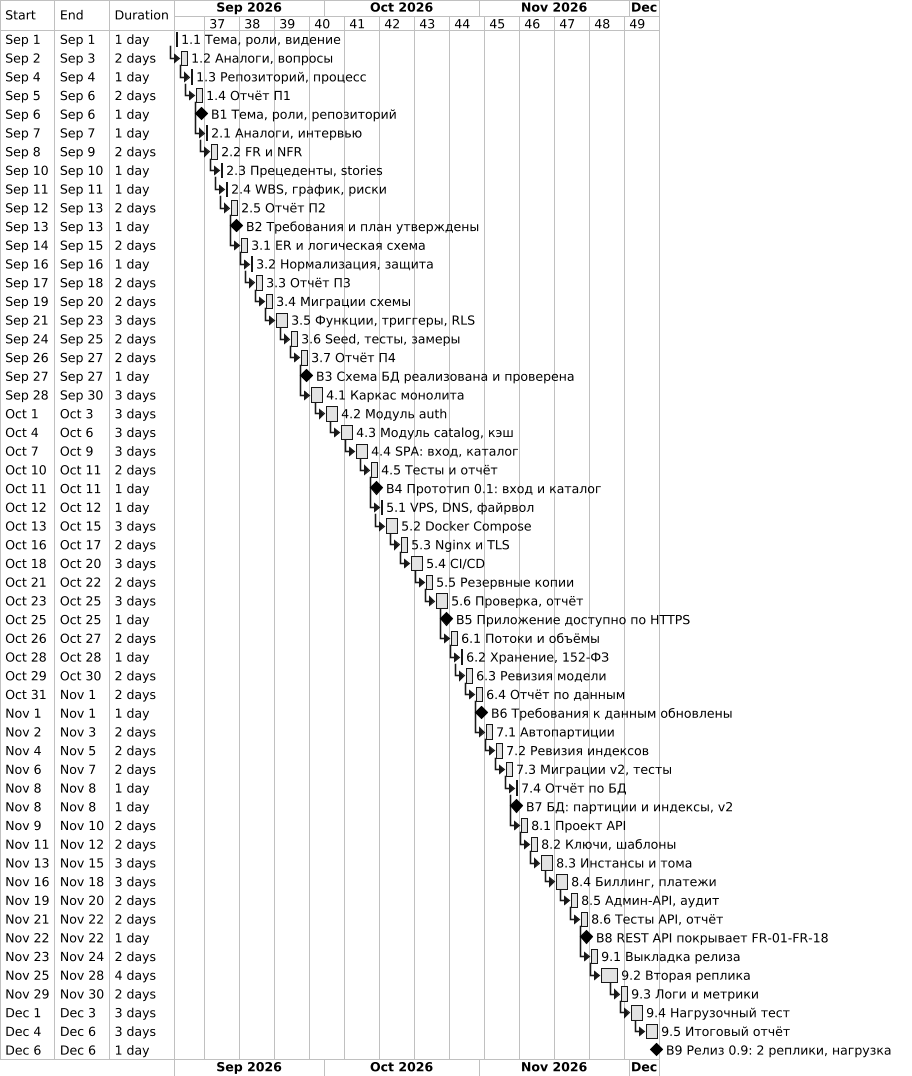
Earlier version of the PlantUML export docs/diagrams/png/pr2-gantt.png (hosjpps/gpu-rent). The source it was exported from:
```plantuml
@startgantt pr2-gantt
skinparam monochrome true
skinparam shadowing false
skinparam defaultFontSize 12
skinparam dpi 100
Project starts 2026-09-01
printscale weekly zoom 1
[1.1 Тема, роли, видение] as [T11] lasts 1 day
[T11] starts 2026-09-01
[1.2 Аналоги, вопросы] as [T12] lasts 2 days
[T12] starts at [T11]'s end
[1.3 Репозиторий, процесс] as [T13] lasts 1 day
[T13] starts at [T12]'s end
[1.4 Отчёт П1] as [T14] lasts 2 days
[T14] starts at [T13]'s end
[В1 Тема, роли, репозиторий] happens at [T14]'s end
[2.1 Аналоги, интервью] as [T21] lasts 1 day
[T21] starts at [T14]'s end
[2.2 FR и NFR] as [T22] lasts 2 days
[T22] starts at [T21]'s end
[2.3 Прецеденты, stories] as [T23] lasts 1 day
[T23] starts at [T22]'s end
[2.4 WBS, график, риски] as [T24] lasts 1 day
[T24] starts at [T23]'s end
[2.5 Отчёт П2] as [T25] lasts 2 days
[T25] starts at [T24]'s end
[В2 Требования и план утверждены] happens at [T25]'s end
[3.1 ER и логическая схема] as [T31] lasts 2 days
[T31] starts at [T25]'s end
[3.2 Нормализация, защита] as [T32] lasts 1 day
[T32] starts at [T31]'s end
[3.3 Отчёт П3] as [T33] lasts 2 days
[T33] starts at [T32]'s end
[3.4 Миграции схемы] as [T34] lasts 2 days
[T34] starts at [T33]'s end
[3.5 Функции, триггеры, RLS] as [T35] lasts 3 days
[T35] starts at [T34]'s end
[3.6 Seed, тесты, замеры] as [T36] lasts 2 days
[T36] starts at [T35]'s end
[3.7 Отчёт П4] as [T37] lasts 2 days
[T37] starts at [T36]'s end
[В3 Схема БД реализована и проверена] happens at [T37]'s end
[4.1 Каркас монолита] as [T41] lasts 3 days
[T41] starts at [T37]'s end
[4.2 Модуль auth] as [T42] lasts 3 days
[T42] starts at [T41]'s end
[4.3 Модуль catalog, кэш] as [T43] lasts 3 days
[T43] starts at [T42]'s end
[4.4 SPA: вход, каталог] as [T44] lasts 3 days
[T44] starts at [T43]'s end
[4.5 Тесты и отчёт] as [T45] lasts 2 days
[T45] starts at [T44]'s end
[В4 Прототип 0.1: вход и каталог] happens at [T45]'s end
[5.1 VPS, DNS, файрвол] as [T51] lasts 1 day
[T51] starts at [T45]'s end
[5.2 Docker Compose] as [T52] lasts 3 days
[T52] starts at [T51]'s end
[5.3 Nginx и TLS] as [T53] lasts 2 days
[T53] starts at [T52]'s end
[5.4 CI/CD] as [T54] lasts 3 days
[T54] starts at [T53]'s end
[5.5 Резервные копии] as [T55] lasts 2 days
[T55] starts at [T54]'s end
[5.6 Проверка, отчёт] as [T56] lasts 3 days
[T56] starts at [T55]'s end
[В5 Приложение доступно по HTTPS] happens at [T56]'s end
[6.1 Потоки и объёмы] as [T61] lasts 2 days
[T61] starts at [T56]'s end
[6.2 Хранение, 152-ФЗ] as [T62] lasts 1 day
[T62] starts at [T61]'s end
[6.3 Ревизия модели] as [T63] lasts 2 days
[T63] starts at [T62]'s end
[6.4 Отчёт по данным] as [T64] lasts 2 days
[T64] starts at [T63]'s end
[В6 Требования к данным обновлены] happens at [T64]'s end
[7.1 Автопартиции] as [T71] lasts 2 days
[T71] starts at [T64]'s end
[7.2 Ревизия индексов] as [T72] lasts 2 days
[T72] starts at [T71]'s end
[7.3 Миграции v2, тесты] as [T73] lasts 2 days
[T73] starts at [T72]'s end
[7.4 Отчёт по БД] as [T74] lasts 1 day
[T74] starts at [T73]'s end
[В7 БД: партиции и индексы, v2] happens at [T74]'s end
[8.1 Проект API] as [T81] lasts 2 days
[T81] starts at [T74]'s end
[8.2 Ключи, шаблоны] as [T82] lasts 2 days
[T82] starts at [T81]'s end
[8.3 Инстансы и тома] as [T83] lasts 3 days
[T83] starts at [T82]'s end
[8.4 Биллинг, платежи] as [T84] lasts 3 days
[T84] starts at [T83]'s end
[8.5 Админ-API, аудит] as [T85] lasts 2 days
[T85] starts at [T84]'s end
[8.6 Тесты API, отчёт] as [T86] lasts 2 days
[T86] starts at [T85]'s end
[В8 REST API покрывает FR-01-FR-18] happens at [T86]'s end
[9.1 Выкладка релиза] as [T91] lasts 2 days
[T91] starts at [T86]'s end
[9.2 Вторая реплика] as [T92] lasts 4 days
[T92] starts at [T91]'s end
[9.3 Логи и метрики] as [T93] lasts 2 days
[T93] starts at [T92]'s end
[9.4 Нагрузочный тест] as [T94] lasts 3 days
[T94] starts at [T93]'s end
[9.5 Итоговый отчёт] as [T95] lasts 3 days
[T95] starts at [T94]'s end
[В9 Релиз 0.9: 2 реплики, нагрузка] happens at [T95]'s end
@endgantt
```
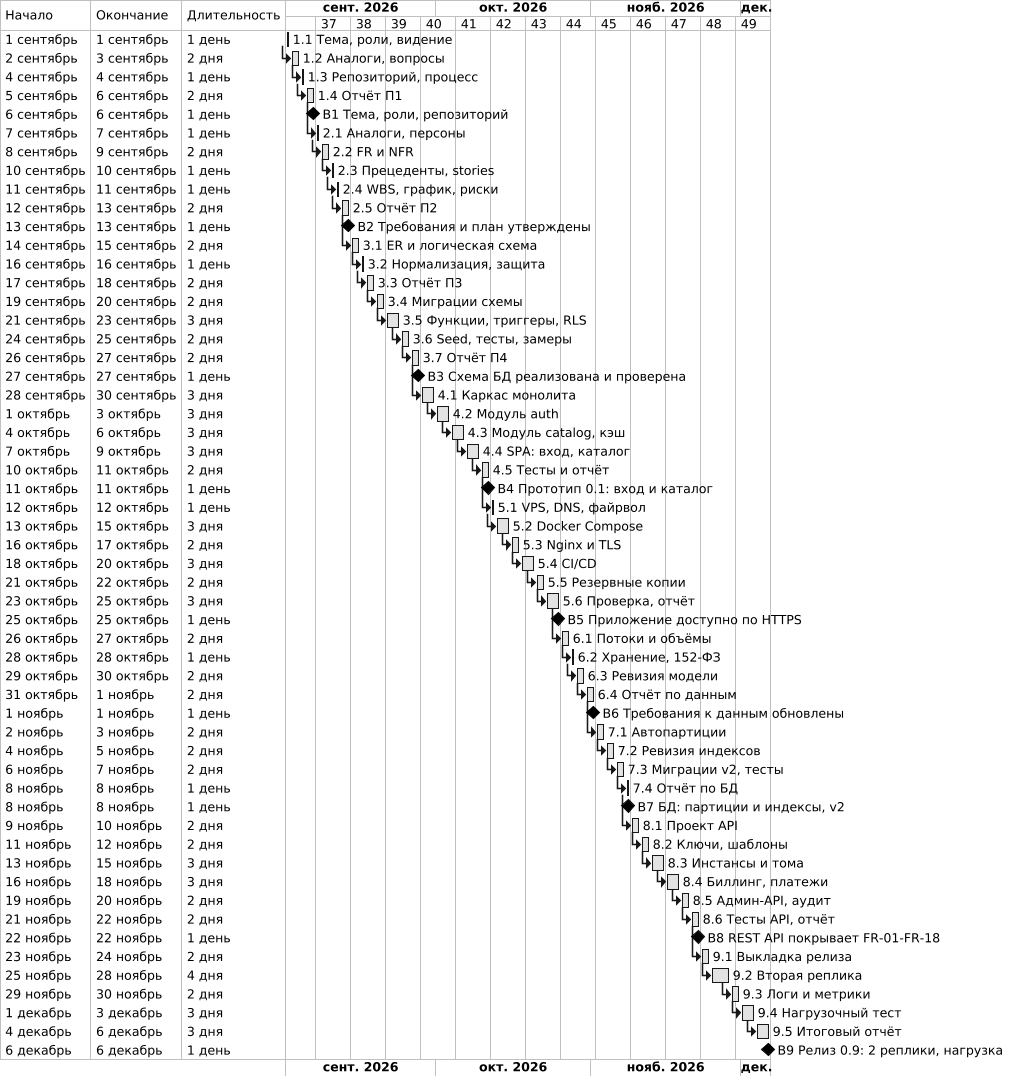
The same diagram one commit later.

Change to the diagram source:
```diff
@@ -3,6 +3,7 @@
 skinparam shadowing false
 skinparam defaultFontSize 12
 skinparam dpi 100
+language ru
 Project starts 2026-09-01
 printscale weekly zoom 1
 [1.1 Тема, роли, видение] as [T11] lasts 1 day
@@ -14,7 +15,7 @@
 [1.4 Отчёт П1] as [T14] lasts 2 days
 [T14] starts at [T13]'s end
 [В1 Тема, роли, репозиторий] happens at [T14]'s end
-[2.1 Аналоги, интервью] as [T21] lasts 1 day
+[2.1 Аналоги, персоны] as [T21] lasts 1 day
 [T21] starts at [T14]'s end
 [2.2 FR и NFR] as [T22] lasts 2 days
 [T22] starts at [T21]'s end
```
